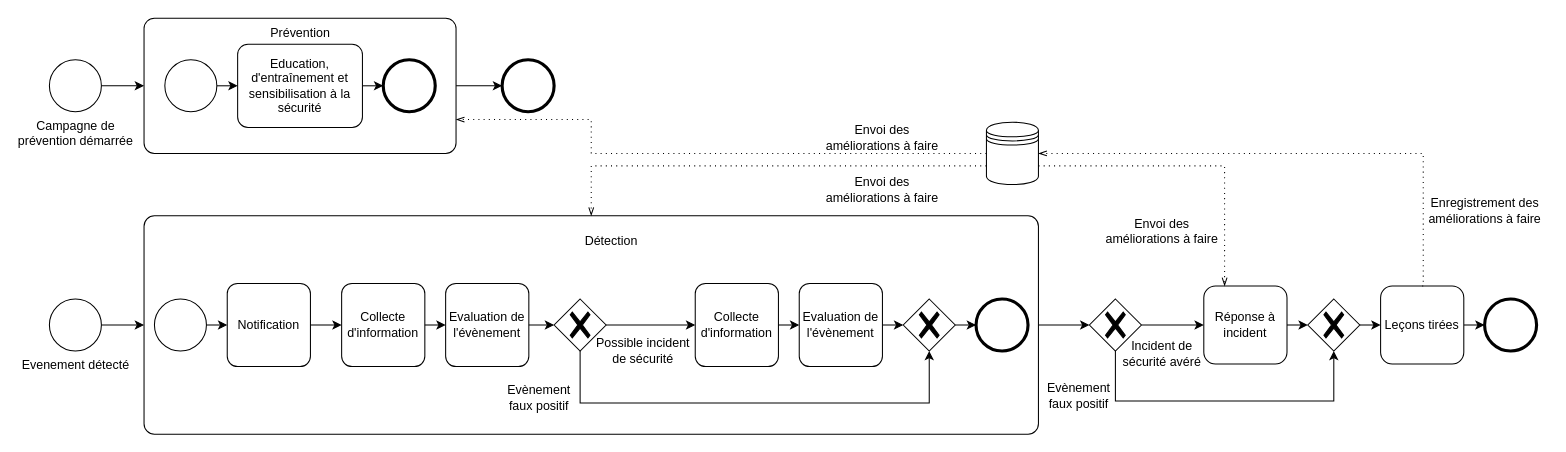
This is standards/ISO27035.drawio from netmme/cyber-diagramme-d-activites, a draw.io file, before an edit. Source tidied: cells renumbered, new cells numbered last; positions are measured from the earlier drawing's top-left corner, leaving out a move shared by most shapes. Both pictures are drawn from the tidied source at 104%, with x=0, y=0 at pixel (49, 18).
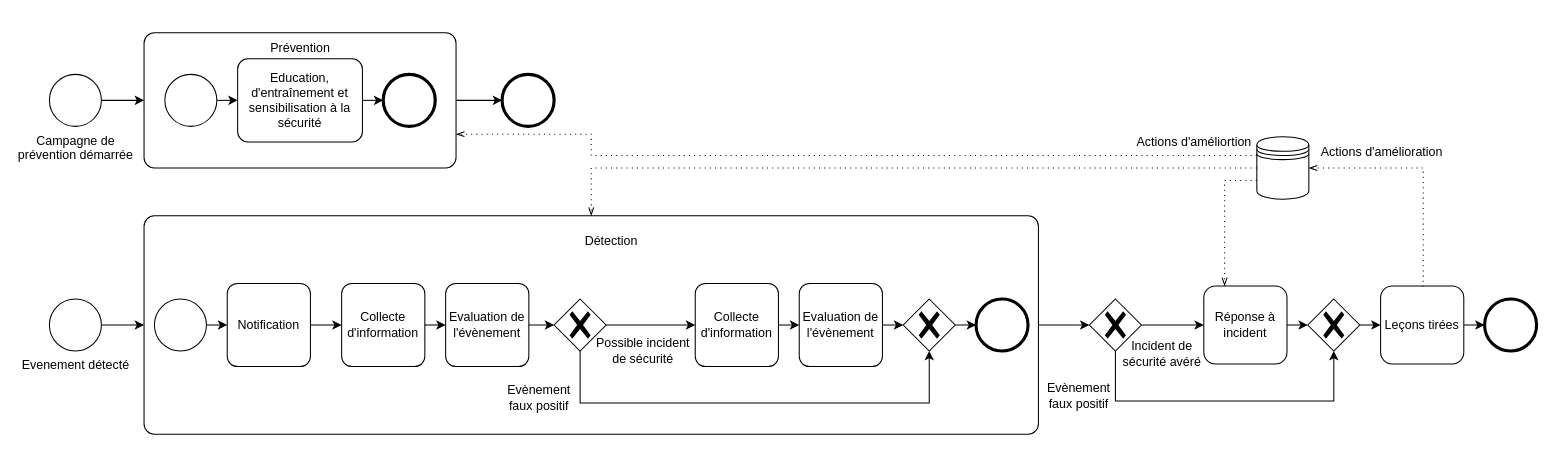
Above is the later version.

Commit message:
action d'amélioration

Unchanged cells that the change refers to:
```xml
<mxCell id="13" style="points=[[0.25,0,0],[0.5,0,0],[0.75,0,0],[1,0.25,0],[1,0.5,0],[1,0.75,0],[0.75,1,0],[0.5,1,0],[0.25,1,0],[0,0.75,0],[0,0.5,0],[0,0.25,0]];shape=mxgraph.bpmn.task;whiteSpace=wrap;rectStyle=rounded;size=10;html=1;taskMarker=abstract;" parent="1" vertex="1">
  <mxGeometry x="91" y="190" width="860" height="210" as="geometry" />
</mxCell>
<mxCell id="20" value="Leçons tirées" style="rounded=1;whiteSpace=wrap;html=1;" parent="1" vertex="1">
  <mxGeometry x="1280" y="257.5" width="80" height="75" as="geometry" />
</mxCell>
<mxCell id="22" value="Réponse à incident" style="rounded=1;whiteSpace=wrap;html=1;" parent="1" vertex="1">
  <mxGeometry x="1110" y="257.5" width="80" height="75" as="geometry" />
</mxCell>
```

What changed in the source:
```diff
@@
     <mxCell id="3" style="points=[[0.25,0,0],[0.5,0,0],[0.75,0,0],[1,0.25,0],[1,0.5,0],[1,0.75,0],[0.75,1,0],[0.5,1,0],[0.25,1,0],[0,0.75,0],[0,0.5,0],[0,0.25,0]];shape=mxgraph.bpmn.task;whiteSpace=wrap;rectStyle=rounded;size=10;html=1;taskMarker=abstract;" parent="1" vertex="1">
-      <mxGeometry x="91" width="300" height="130" as="geometry" />
+      <mxGeometry x="91" y="14" width="300" height="130" as="geometry" />
     </mxCell>
@@
     <mxCell id="28" value="Campagne de&lt;br&gt;prévention démarrée" style="points=[[0.145,0.145,0],[0.5,0,0],[0.855,0.145,0],[1,0.5,0],[0.855,0.855,0],[0.5,1,0],[0.145,0.855,0],[0,0.5,0]];shape=mxgraph.bpmn.event;html=1;verticalLabelPosition=bottom;labelBackgroundColor=#ffffff;verticalAlign=top;align=center;perimeter=ellipsePerimeter;outlineConnect=0;outline=standard;symbol=general;" parent="1" vertex="1">
-      <mxGeometry y="40" width="50" height="50" as="geometry" />
+      <mxGeometry y="54" width="50" height="50" as="geometry" />
     </mxCell>
     <mxCell id="29" style="points=[[0.145,0.145,0],[0.5,0,0],[0.855,0.145,0],[1,0.5,0],[0.855,0.855,0],[0.5,1,0],[0.145,0.855,0],[0,0.5,0]];shape=mxgraph.bpmn.event;html=1;verticalLabelPosition=bottom;labelBackgroundColor=#ffffff;verticalAlign=top;align=center;perimeter=ellipsePerimeter;outlineConnect=0;outline=end;symbol=terminate2;" parent="1" vertex="1">
-      <mxGeometry x="435.3" y="40" width="50" height="50" as="geometry" />
+      <mxGeometry x="435.3" y="54" width="50" height="50" as="geometry" />
     </mxCell>
@@
     <mxCell id="52" style="shape=datastore;html=1;labelPosition=center;verticalLabelPosition=bottom;align=center;verticalAlign=top;" parent="1" vertex="1">
-      <mxGeometry x="901" y="100" width="50" height="60" as="geometry" />
+      <mxGeometry x="1161" y="114" width="50" height="60" as="geometry" />
     </mxCell>
     <mxCell id="53" style="edgeStyle=elbowEdgeStyle;fontSize=12;html=1;endFill=0;startFill=0;endSize=6;startSize=6;dashed=1;dashPattern=1 4;endArrow=openThin;startArrow=none;rounded=0;exitX=0.5;exitY=0;exitDx=0;exitDy=0;entryX=1;entryY=0.5;entryDx=0;entryDy=0;" parent="1" edge="1" source="20" target="52">
       <mxGeometry relative="1" as="geometry">
         <Array as="points">
-          <mxPoint x="1321" y="190" />
+          <mxPoint x="1321" y="204" />
         </Array>
       </mxGeometry>
     </mxCell>
-    <mxCell id="54" style="edgeStyle=elbowEdgeStyle;fontSize=12;html=1;endFill=0;startFill=0;endSize=6;startSize=6;dashed=1;dashPattern=1 4;endArrow=openThin;startArrow=none;rounded=0;entryX=1;entryY=0.75;entryDx=0;entryDy=0;entryPerimeter=0;exitX=0;exitY=0.5;exitDx=0;exitDy=0;" parent="1" edge="1" source="52" target="3">
+    <mxCell id="54" style="edgeStyle=elbowEdgeStyle;fontSize=12;html=1;endFill=0;startFill=0;endSize=6;startSize=6;dashed=1;dashPattern=1 4;endArrow=openThin;startArrow=none;rounded=0;entryX=1;entryY=0.75;entryDx=0;entryDy=0;entryPerimeter=0;exitX=0;exitY=0.3;exitDx=0;exitDy=0;" parent="1" edge="1" source="52" target="3">
       <mxGeometry relative="1" as="geometry">
         <Array as="points">
-          <mxPoint x="521" y="130" />
+          <mxPoint x="521" y="144" />
         </Array>
       </mxGeometry>
     </mxCell>
-    <mxCell id="55" style="edgeStyle=elbowEdgeStyle;fontSize=12;html=1;endFill=0;startFill=0;endSize=6;startSize=6;dashed=1;dashPattern=1 4;endArrow=openThin;startArrow=none;rounded=0;exitX=0;exitY=0.7;exitDx=0;exitDy=0;entryX=0.5;entryY=0;entryDx=0;entryDy=0;entryPerimeter=0;" parent="1" edge="1" source="52" target="13">
+    <mxCell id="55" style="edgeStyle=elbowEdgeStyle;fontSize=12;html=1;endFill=0;startFill=0;endSize=6;startSize=6;dashed=1;dashPattern=1 4;endArrow=openThin;startArrow=none;rounded=0;exitX=0;exitY=0.5;exitDx=0;exitDy=0;entryX=0.5;entryY=0;entryDx=0;entryDy=0;entryPerimeter=0;" parent="1" edge="1" source="52" target="13">
       <mxGeometry relative="1" as="geometry">
         <Array as="points">
-          <mxPoint x="521" y="170" />
+          <mxPoint x="521" y="184" />
         </Array>
       </mxGeometry>
     </mxCell>
-    <mxCell id="56" style="edgeStyle=elbowEdgeStyle;fontSize=12;html=1;endFill=0;startFill=0;endSize=6;startSize=6;dashed=1;dashPattern=1 4;endArrow=openThin;startArrow=none;rounded=0;exitX=1;exitY=0.7;exitDx=0;exitDy=0;entryX=0.25;entryY=0;entryDx=0;entryDy=0;" parent="1" edge="1" source="52" target="22">
+    <mxCell id="56" style="edgeStyle=elbowEdgeStyle;fontSize=12;html=1;endFill=0;startFill=0;endSize=6;startSize=6;dashed=1;dashPattern=1 4;endArrow=openThin;startArrow=none;rounded=0;exitX=0;exitY=0.7;exitDx=0;exitDy=0;entryX=0.25;entryY=0;entryDx=0;entryDy=0;" parent="1" edge="1" source="52" target="22">
       <mxGeometry relative="1" as="geometry">
         <Array as="points">
-          <mxPoint x="1130" y="210" />
-          <mxPoint x="1151" y="200" />
+          <mxPoint x="1130" y="224" />
+          <mxPoint x="1151" y="214" />
         </Array>
       </mxGeometry>
     </mxCell>
-    <mxCell id="57" value="Enregistrement des améliorations à faire" style="text;html=1;strokeColor=none;fillColor=none;align=center;verticalAlign=middle;whiteSpace=wrap;rounded=0;" parent="1" vertex="1">
-      <mxGeometry x="1320" y="170" width="121" height="30" as="geometry" />
+    <mxCell id="57" value="Actions d'amélioration" style="text;html=1;strokeColor=none;fillColor=none;align=center;verticalAlign=middle;whiteSpace=wrap;rounded=0;" parent="1" vertex="1">
+      <mxGeometry x="1221" y="114" width="121" height="30" as="geometry" />
     </mxCell>
-    <mxCell id="58" value="Envoi des améliorations à faire" style="text;html=1;strokeColor=none;fillColor=none;align=center;verticalAlign=middle;whiteSpace=wrap;rounded=0;" parent="1" vertex="1">
-      <mxGeometry x="741" y="100" width="120" height="30" as="geometry" />
-    </mxCell>
-    <mxCell id="59" value="Envoi des améliorations à faire" style="text;html=1;strokeColor=none;fillColor=none;align=center;verticalAlign=middle;whiteSpace=wrap;rounded=0;" parent="1" vertex="1">
-      <mxGeometry x="741" y="150" width="120" height="30" as="geometry" />
-    </mxCell>
-    <mxCell id="60" value="Envoi des améliorations à faire" style="text;html=1;strokeColor=none;fillColor=none;align=center;verticalAlign=middle;whiteSpace=wrap;rounded=0;" parent="1" vertex="1">
-      <mxGeometry x="1010" y="190" width="120" height="30" as="geometry" />
+    <mxCell id="60" value="&lt;div&gt;Actions d'améliortion&lt;/div&gt;" style="text;html=1;strokeColor=none;fillColor=none;align=center;verticalAlign=middle;whiteSpace=wrap;rounded=0;" parent="1" vertex="1">
+      <mxGeometry x="1041" y="104" width="120" height="30" as="geometry" />
     </mxCell>
```
